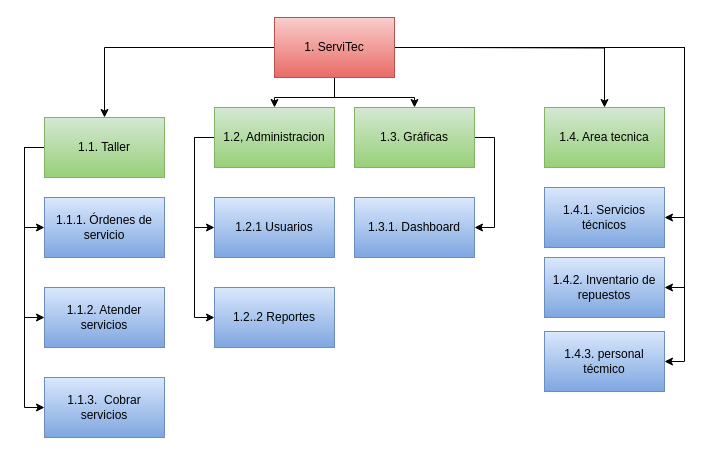
Before: page "descomposicion-funcional" (1 of 2) of documentacion/diagramas.drawio in JaasielGuerra/ServiTec, a draw.io diagram. Source tidied: cells renumbered, new cells numbered last; positions are measured from the earlier drawing's top-left corner, leaving out a move shared by most shapes. Both pictures are drawn from the tidied source at 100%, with x=0, y=0 at pixel (24, 17).
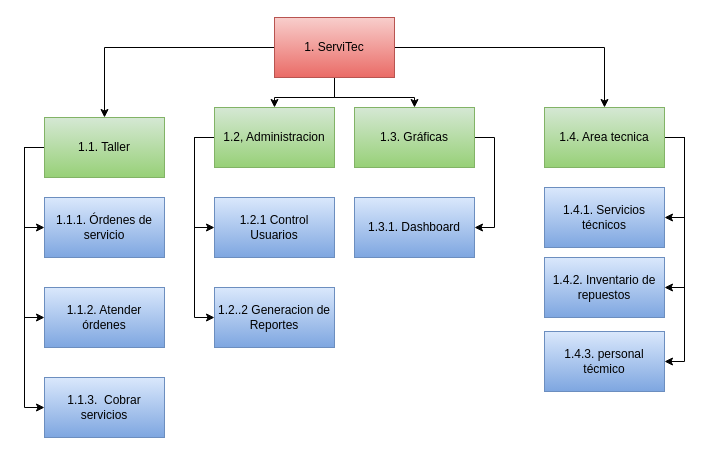
The same page after the edit.

Unchanged cells that the change refers to:
```xml
<mxCell id="9" value="1. ServiTec" style="rounded=0;whiteSpace=wrap;html=1;fillColor=#f8cecc;strokeColor=#b85450;gradientColor=#ea6b66;" parent="1" vertex="1">
  <mxGeometry x="250" width="120" height="60" as="geometry" />
</mxCell>
<mxCell id="22" value="1.4. Area tecnica" style="rounded=0;whiteSpace=wrap;html=1;fillColor=#d5e8d4;strokeColor=#82b366;gradientColor=#97d077;" parent="1" vertex="1">
  <mxGeometry x="520" y="90" width="120" height="60" as="geometry" />
</mxCell>
<mxCell id="26" value="1.4.1. Servicios técnicos" style="rounded=0;whiteSpace=wrap;html=1;gradientColor=#7ea6e0;fillColor=#dae8fc;strokeColor=#6c8ebf;" parent="1" vertex="1">
  <mxGeometry x="520" y="170" width="120" height="60" as="geometry" />
</mxCell>
<mxCell id="27" value="1.4.2. Inventario de repuestos" style="rounded=0;whiteSpace=wrap;html=1;gradientColor=#7ea6e0;fillColor=#dae8fc;strokeColor=#6c8ebf;" parent="1" vertex="1">
  <mxGeometry x="520" y="240" width="120" height="60" as="geometry" />
</mxCell>
<mxCell id="28" value="1.4.3. personal técmico" style="rounded=0;whiteSpace=wrap;html=1;gradientColor=#7ea6e0;fillColor=#dae8fc;strokeColor=#6c8ebf;" parent="1" vertex="1">
  <mxGeometry x="520" y="314" width="120" height="60" as="geometry" />
</mxCell>
```

The edit, as a diff of the source:
```diff
@@
-    <mxCell id="5" style="edgeStyle=orthogonalEdgeStyle;rounded=0;jettySize=auto;html=1;" parent="1" edge="1" target="22">
-      <mxGeometry relative="1" as="geometry">
-        <mxPoint x="420" y="30" as="sourcePoint" />
-      </mxGeometry>
+    <mxCell id="5" style="edgeStyle=orthogonalEdgeStyle;rounded=0;jettySize=auto;html=1;" parent="1" edge="1" source="9" target="22">
+      <mxGeometry relative="1" as="geometry" />
     </mxCell>
-    <mxCell id="6" style="edgeStyle=orthogonalEdgeStyle;rounded=0;jettySize=auto;html=1;" parent="1" edge="1" target="26">
+    <mxCell id="6" style="edgeStyle=orthogonalEdgeStyle;rounded=0;jettySize=auto;html=1;" parent="1" edge="1" source="22" target="26">
       <mxGeometry relative="1" as="geometry">
-        <mxPoint x="420" y="30" as="sourcePoint" />
         <Array as="points">
-          <mxPoint x="660" y="30" />
+          <mxPoint x="660" y="120" />
           <mxPoint x="660" y="200" />
         </Array>
       </mxGeometry>
     </mxCell>
-    <mxCell id="7" style="edgeStyle=orthogonalEdgeStyle;rounded=0;jettySize=auto;html=1;" parent="1" edge="1" target="27">
+    <mxCell id="7" style="edgeStyle=orthogonalEdgeStyle;rounded=0;jettySize=auto;html=1;" parent="1" edge="1" source="22" target="27">
       <mxGeometry relative="1" as="geometry">
-        <mxPoint x="420" y="30" as="sourcePoint" />
         <Array as="points">
-          <mxPoint x="660" y="30" />
+          <mxPoint x="660" y="120" />
           <mxPoint x="660" y="270" />
         </Array>
       </mxGeometry>
     </mxCell>
-    <mxCell id="8" style="edgeStyle=orthogonalEdgeStyle;rounded=0;jettySize=auto;html=1;" parent="1" edge="1" source="9" target="28">
+    <mxCell id="8" style="edgeStyle=orthogonalEdgeStyle;rounded=0;jettySize=auto;html=1;" parent="1" edge="1" source="22" target="28">
       <mxGeometry relative="1" as="geometry">
         <Array as="points">
-          <mxPoint x="660" y="30" />
+          <mxPoint x="660" y="120" />
           <mxPoint x="660" y="344" />
         </Array>
       </mxGeometry>
     </mxCell>
@@
-    <mxCell id="15" value="1.1.2. Atender servicios" style="rounded=0;whiteSpace=wrap;html=1;fillColor=#dae8fc;strokeColor=#6c8ebf;gradientColor=#7ea6e0;" parent="1" vertex="1">
+    <mxCell id="15" value="1.1.2. Atender órdenes" style="rounded=0;whiteSpace=wrap;html=1;fillColor=#dae8fc;strokeColor=#6c8ebf;gradientColor=#7ea6e0;" parent="1" vertex="1">
       <mxGeometry x="20" y="270" width="120" height="60" as="geometry" />
     </mxCell>
@@
-    <mxCell id="23" value="1.2.1 Usuarios" style="rounded=0;whiteSpace=wrap;html=1;fillColor=#dae8fc;strokeColor=#6c8ebf;gradientColor=#7ea6e0;" parent="1" vertex="1">
+    <mxCell id="23" value="1.2.1 Control Usuarios" style="rounded=0;whiteSpace=wrap;html=1;fillColor=#dae8fc;strokeColor=#6c8ebf;gradientColor=#7ea6e0;" parent="1" vertex="1">
       <mxGeometry x="190" y="180" width="120" height="60" as="geometry" />
     </mxCell>
-    <mxCell id="24" value="1.2..2 Reportes" style="rounded=0;whiteSpace=wrap;html=1;fillColor=#dae8fc;strokeColor=#6c8ebf;gradientColor=#7ea6e0;" parent="1" vertex="1">
+    <mxCell id="24" value="1.2..2 Generacion de Reportes" style="rounded=0;whiteSpace=wrap;html=1;fillColor=#dae8fc;strokeColor=#6c8ebf;gradientColor=#7ea6e0;" parent="1" vertex="1">
       <mxGeometry x="190" y="270" width="120" height="60" as="geometry" />
     </mxCell>
```
